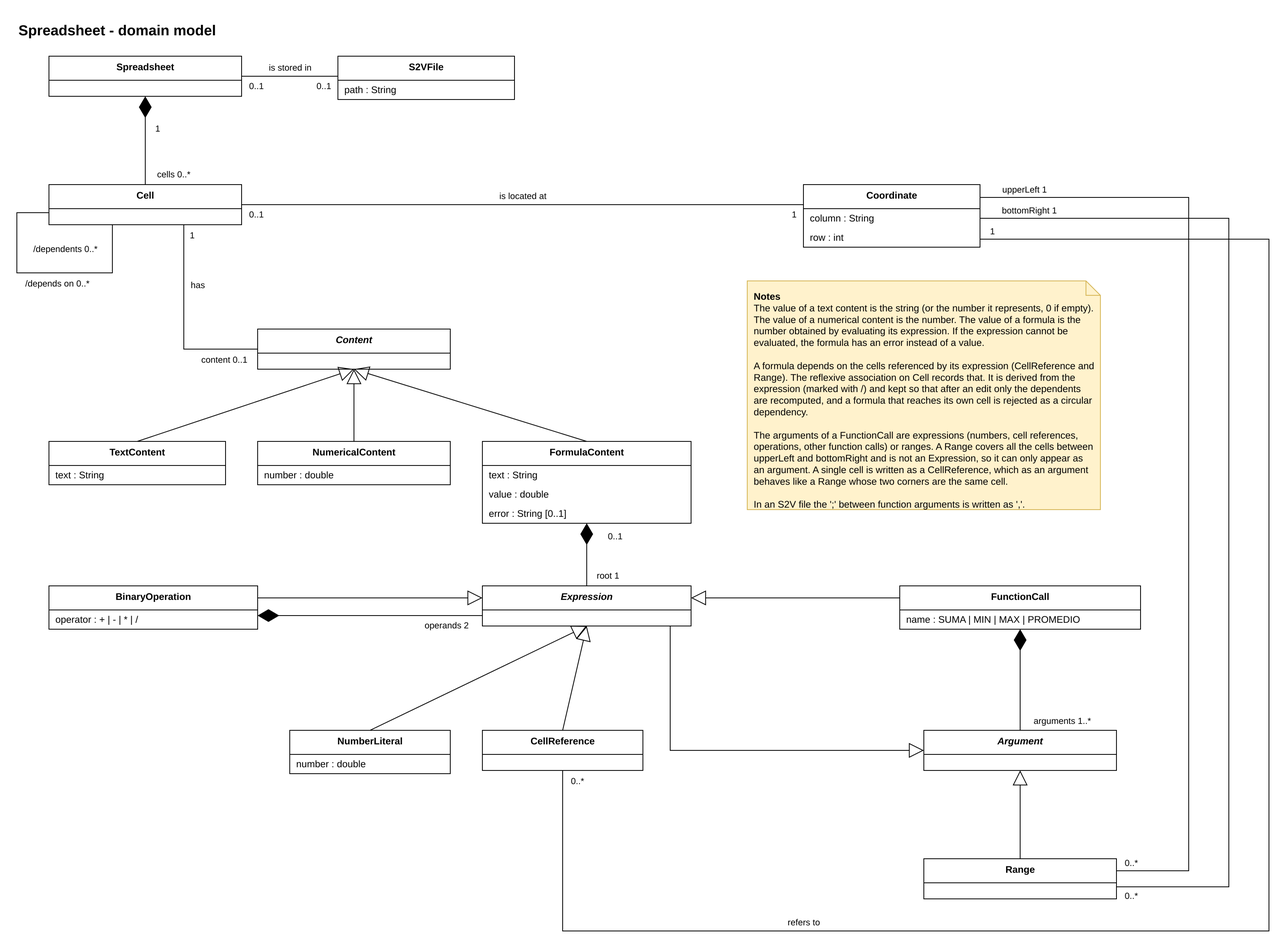
Above: docs/domain-model.drawio.png in kamanfung-upc/softeng-project (draw.io), before the change. Source tidied: cells renumbered, new cells last; positions are measured from the earlier drawing's top-left corner, leaving out a move shared by most shapes.
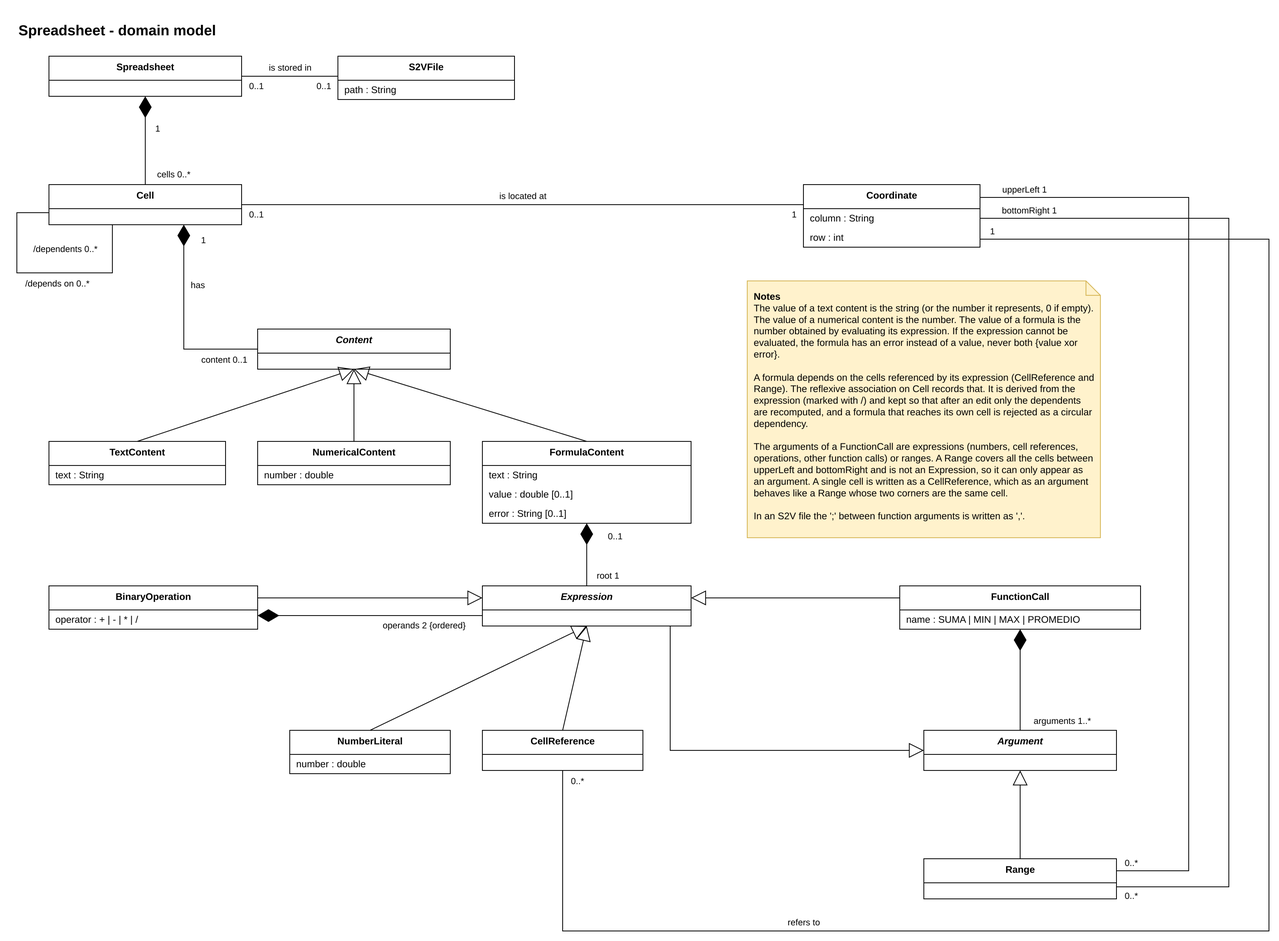
Above is the later version.

What changed in the source:
```diff
@@ -47,7 +47,7 @@
     <mxCell id="16" value="text : String" style="text;strokeColor=none;fillColor=none;align=left;verticalAlign=middle;spacingLeft=6;spacingRight=4;overflow=hidden;whiteSpace=wrap;html=1;" parent="15" vertex="1">
       <mxGeometry y="30" width="260" height="24" as="geometry" />
     </mxCell>
-    <mxCell id="17" value="value : double" style="text;strokeColor=none;fillColor=none;align=left;verticalAlign=middle;spacingLeft=6;spacingRight=4;overflow=hidden;whiteSpace=wrap;html=1;" parent="15" vertex="1">
+    <mxCell id="17" value="value : double [0..1]" style="text;strokeColor=none;fillColor=none;align=left;verticalAlign=middle;spacingLeft=6;spacingRight=4;overflow=hidden;whiteSpace=wrap;html=1;" parent="15" vertex="1">
       <mxGeometry y="54" width="260" height="24" as="geometry" />
     </mxCell>
     <mxCell id="18" value="error : String [0..1]" style="text;strokeColor=none;fillColor=none;align=left;verticalAlign=middle;spacingLeft=6;spacingRight=4;overflow=hidden;whiteSpace=wrap;html=1;" parent="15" vertex="1">
@@ -116,7 +116,7 @@
     <mxCell id="39" value="1" style="text;html=1;strokeColor=none;fillColor=none;align=center;verticalAlign=middle;fontSize=11;" parent="1" vertex="1">
       <mxGeometry x="958" y="239" width="20" height="16" as="geometry" />
     </mxCell>
-    <mxCell id="40" style="endArrow=none;html=1;rounded=0;exitX=0.7;exitY=1.0;exitDx=0;exitDy=0;entryX=0.0;entryY=0.5;entryDx=0;entryDy=0;" parent="1" edge="1" source="6" target="10">
+    <mxCell id="40" style="endArrow=none;startArrow=diamondThin;startFill=1;startSize=24;html=1;rounded=0;exitX=0.7;exitY=1.0;exitDx=0;exitDy=0;entryX=0.0;entryY=0.5;entryDx=0;entryDy=0;" parent="1" edge="1" source="6" target="10">
       <mxGeometry relative="1" as="geometry">
         <Array as="points">
           <mxPoint x="208" y="415" />
@@ -127,7 +127,7 @@
       <mxGeometry x="210" y="327" width="30" height="16" as="geometry" />
     </mxCell>
     <mxCell id="42" value="1" style="text;html=1;strokeColor=none;fillColor=none;align=center;verticalAlign=middle;fontSize=11;" parent="1" vertex="1">
-      <mxGeometry x="208" y="265" width="20" height="16" as="geometry" />
+      <mxGeometry x="222" y="271" width="20" height="16" as="geometry" />
     </mxCell>
     <mxCell id="43" value="content 0..1" style="text;html=1;strokeColor=none;fillColor=none;align=center;verticalAlign=middle;fontSize=11;" parent="1" vertex="1">
       <mxGeometry x="218" y="420" width="80" height="16" as="geometry" />
@@ -180,8 +180,8 @@
     <mxCell id="57" style="endArrow=diamondThin;endFill=1;endSize=24;html=1;rounded=0;exitX=0.0;exitY=0.74;exitDx=0;exitDy=0;entryX=1.0;entryY=0.6852;entryDx=0;entryDy=0;" parent="1" edge="1" source="19" target="20">
       <mxGeometry relative="1" as="geometry" />
     </mxCell>
-    <mxCell id="58" value="operands 2" style="text;html=1;strokeColor=none;fillColor=none;align=center;verticalAlign=middle;fontSize=11;" parent="1" vertex="1">
-      <mxGeometry x="495" y="751" width="80" height="16" as="geometry" />
+    <mxCell id="58" value="operands 2 {ordered}" style="text;html=1;strokeColor=none;fillColor=none;align=center;verticalAlign=middle;fontSize=11;" parent="1" vertex="1">
+      <mxGeometry x="442" y="751" width="130" height="16" as="geometry" />
     </mxCell>
     <mxCell id="59" style="endArrow=block;endFill=0;endSize=16;html=1;rounded=0;exitX=0.9;exitY=1.0;exitDx=0;exitDy=0;entryX=0.0;entryY=0.5;entryDx=0;entryDy=0;" parent="1" edge="1" source="19" target="27">
       <mxGeometry relative="1" as="geometry">
@@ -245,8 +245,8 @@
     <mxCell id="72" value="refers to" style="text;html=1;strokeColor=none;fillColor=none;align=center;verticalAlign=middle;fontSize=11;" parent="1" vertex="1">
       <mxGeometry x="945" y="1121" width="70" height="16" as="geometry" />
     </mxCell>
-    <mxCell id="73" value="&lt;b&gt;Notes&lt;/b&gt;&lt;br&gt;The value of a text content is the string (or the number it represents, 0 if empty). The value of a numerical content is the number. The value of a formula is the number obtained by evaluating its expression. If the expression cannot be evaluated, the formula has an error instead of a value.&lt;br&gt;&lt;br&gt;A formula depends on the cells referenced by its expression (CellReference and Range). The reflexive association on Cell records that. It is derived from the expression (marked with /) and kept so that after an edit only the dependents are recomputed, and a formula that reaches its own cell is rejected as a circular dependency.&lt;br&gt;&lt;br&gt;The arguments of a FunctionCall are expressions (numbers, cell references, operations, other function calls) or ranges. A Range covers all the cells between upperLeft and bottomRight and is not an Expression, so it can only appear as an argument. A single cell is written as a CellReference, which as an argument behaves like a Range whose two corners are the same cell.&lt;br&gt;&lt;br&gt;In an S2V file the ';' between function arguments is written as ','." style="shape=note;whiteSpace=wrap;html=1;align=left;verticalAlign=top;spacing=8;size=18;fillColor=#fff2cc;strokeColor=#d6b656;" parent="1" vertex="1">
-      <mxGeometry x="910" y="330" width="440" height="285" as="geometry" />
+    <mxCell id="73" value="&lt;b&gt;Notes&lt;/b&gt;&lt;br&gt;The value of a text content is the string (or the number it represents, 0 if empty). The value of a numerical content is the number. The value of a formula is the number obtained by evaluating its expression. If the expression cannot be evaluated, the formula has an error instead of a value, never both {value xor error}.&lt;br&gt;&lt;br&gt;A formula depends on the cells referenced by its expression (CellReference and Range). The reflexive association on Cell records that. It is derived from the expression (marked with /) and kept so that after an edit only the dependents are recomputed, and a formula that reaches its own cell is rejected as a circular dependency.&lt;br&gt;&lt;br&gt;The arguments of a FunctionCall are expressions (numbers, cell references, operations, other function calls) or ranges. A Range covers all the cells between upperLeft and bottomRight and is not an Expression, so it can only appear as an argument. A single cell is written as a CellReference, which as an argument behaves like a Range whose two corners are the same cell.&lt;br&gt;&lt;br&gt;In an S2V file the ';' between function arguments is written as ','." style="shape=note;whiteSpace=wrap;html=1;align=left;verticalAlign=top;spacing=8;size=18;fillColor=#fff2cc;strokeColor=#d6b656;" parent="1" vertex="1">
+      <mxGeometry x="910" y="330" width="440" height="320" as="geometry" />
     </mxCell>
   </root>
 </mxGraphModel>
```
